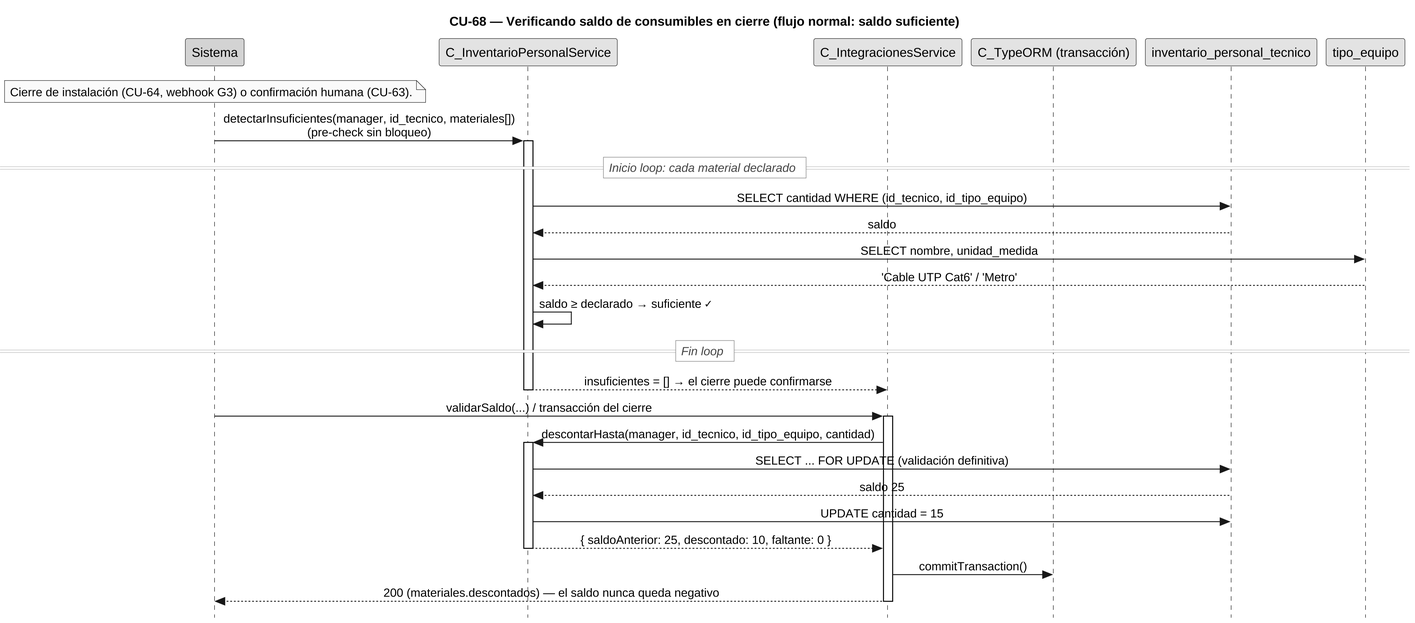
Before: diagramas/diagramas-secuencia/CU68/CU68-normal.png, a diagram exported from PlantUML (FSM-Finet-y-Cable-Magico/Team_1-Inventario-y-Bodega). Its diagram source:
```plantuml
@startuml CU68-normal
skinparamlocked dpi 240
skinparamlocked defaultFontName Liberation Sans
skinparam sequenceDividerBorderThickness 0.6
skinparam sequenceDividerBorderColor 888888
skinparam sequenceDividerBackgroundColor white
skinparam sequenceDividerFontStyle italic
skinparam sequenceDividerFontColor 444444
skinparam sequenceDividerShadowing false
title CU-68 — Verificando saldo de consumibles en cierre (flujo normal: saldo suficiente)
skinparam style strictuml
skinparam monochrome true
skinparam shadowing false
skinparam sequenceMessageAlign center
<style>
sequenceDiagram {
  participant {
    margin 30
  }
  actor {
    margin 12
  }
}
</style>
skinparam sequence {
  MessageAlign center
  LifeLineBorderColor black
}
hide footbox

participant "Sistema" as sys #lightgrey
participant "C_InventarioPersonalService" as ips
participant "C_IntegracionesService" as svc
participant "C_TypeORM (transacción)" as orm
participant "inventario_personal_tecnico" as inv
participant "tipo_equipo" as tipo

note over sys : Cierre de instalación (CU-64, webhook G3) o confirmación humana (CU-63).
sys -> ips : detectarInsuficientes(manager, id_tecnico, materiales[])\n(pre-check sin bloqueo)
activate ips
== Inicio loop: cada material declarado ==
  ips -> inv : SELECT cantidad WHERE (id_tecnico, id_tipo_equipo)
  inv --> ips : saldo
  ips -> tipo : SELECT nombre, unidad_medida
  tipo --> ips : 'Cable UTP Cat6' / 'Metro'
  ips -> ips : saldo ≥ declarado → suficiente <font:DejaVu Sans Mono>✓</font>
== Fin loop ==
ips --> svc : insuficientes = [] → el cierre puede confirmarse
deactivate ips
sys -> svc : validarSaldo(...) / transacción del cierre
activate svc
svc -> ips : descontarHasta(manager, id_tecnico, id_tipo_equipo, cantidad)
activate ips
ips -> inv : SELECT ... FOR UPDATE (validación definitiva)
inv --> ips : saldo 25
ips -> inv : UPDATE cantidad = 15
ips --> svc : { saldoAnterior: 25, descontado: 10, faltante: 0 }
deactivate ips
svc -> orm : commitTransaction()
svc --> sys : 200 (materiales.descontados) — el saldo nunca queda negativo
deactivate svc
@enduml
```
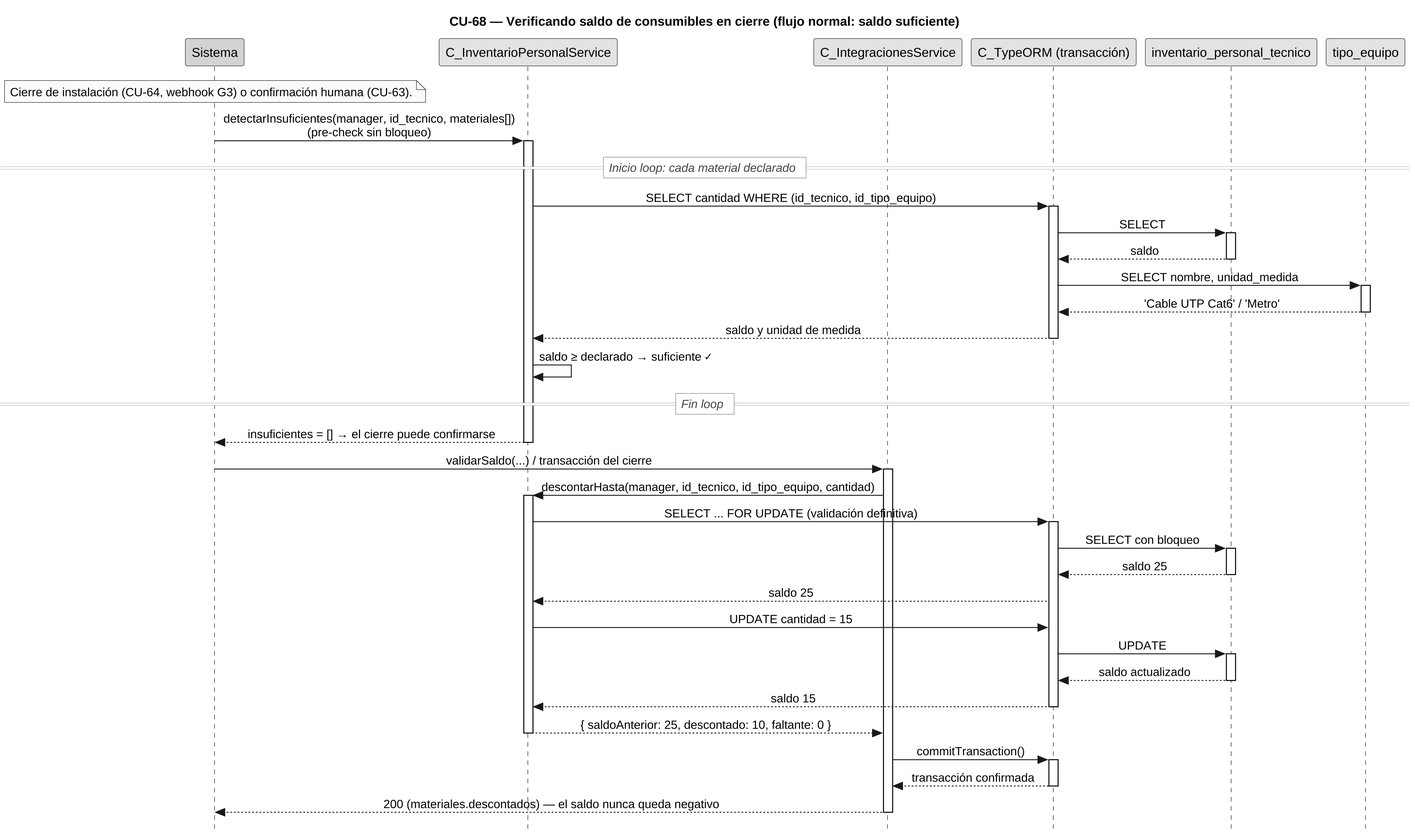
After the commit.

Change to the diagram source:
```diff
@@ -39,24 +39,46 @@
 sys -> ips : detectarInsuficientes(manager, id_tecnico, materiales[])\n(pre-check sin bloqueo)
 activate ips
 == Inicio loop: cada material declarado ==
-  ips -> inv : SELECT cantidad WHERE (id_tecnico, id_tipo_equipo)
-  inv --> ips : saldo
-  ips -> tipo : SELECT nombre, unidad_medida
-  tipo --> ips : 'Cable UTP Cat6' / 'Metro'
+  ips -> orm : SELECT cantidad WHERE (id_tecnico, id_tipo_equipo)
+  activate orm
+  orm -> inv : SELECT
+  activate inv
+  inv --> orm : saldo
+  deactivate inv
+  orm -> tipo : SELECT nombre, unidad_medida
+  activate tipo
+  tipo --> orm : 'Cable UTP Cat6' / 'Metro'
+  deactivate tipo
+  orm --> ips : saldo y unidad de medida
+  deactivate orm
   ips -> ips : saldo ≥ declarado → suficiente <font:DejaVu Sans Mono>✓</font>
 == Fin loop ==
-ips --> svc : insuficientes = [] → el cierre puede confirmarse
+ips --> sys : insuficientes = [] → el cierre puede confirmarse
 deactivate ips
 sys -> svc : validarSaldo(...) / transacción del cierre
 activate svc
 svc -> ips : descontarHasta(manager, id_tecnico, id_tipo_equipo, cantidad)
 activate ips
-ips -> inv : SELECT ... FOR UPDATE (validación definitiva)
-inv --> ips : saldo 25
-ips -> inv : UPDATE cantidad = 15
+ips -> orm : SELECT ... FOR UPDATE (validación definitiva)
+activate orm
+orm -> inv : SELECT con bloqueo
+activate inv
+inv --> orm : saldo 25
+deactivate inv
+orm --> ips : saldo 25
+ips -> orm : UPDATE cantidad = 15
+orm -> inv : UPDATE
+activate inv
+inv --> orm : saldo actualizado
+deactivate inv
+orm --> ips : saldo 15
+deactivate orm
 ips --> svc : { saldoAnterior: 25, descontado: 10, faltante: 0 }
 deactivate ips
 svc -> orm : commitTransaction()
+activate orm
+orm --> svc : transacción confirmada
+deactivate orm
 svc --> sys : 200 (materiales.descontados) — el saldo nunca queda negativo
 deactivate svc
 @enduml
```
